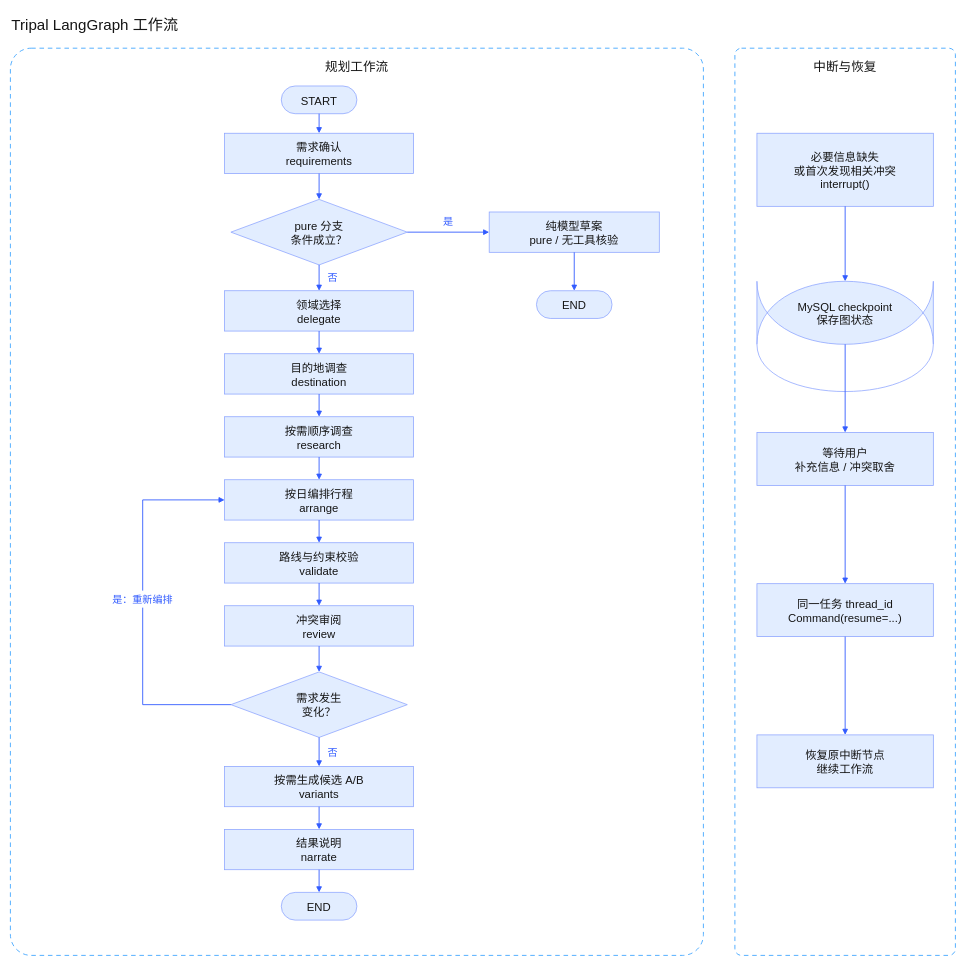
This is docs/assets/architecture/structured/03-langgraph.drawio from JingleiCui/TripPal, a draw.io file, before an edit. Source tidied: cells renumbered, new cells numbered last; positions are measured from the earlier drawing's top-left corner, leaving out a move shared by most shapes. Both pictures are drawn from the tidied source at 63%, with x=0, y=0 at pixel (10, 10).
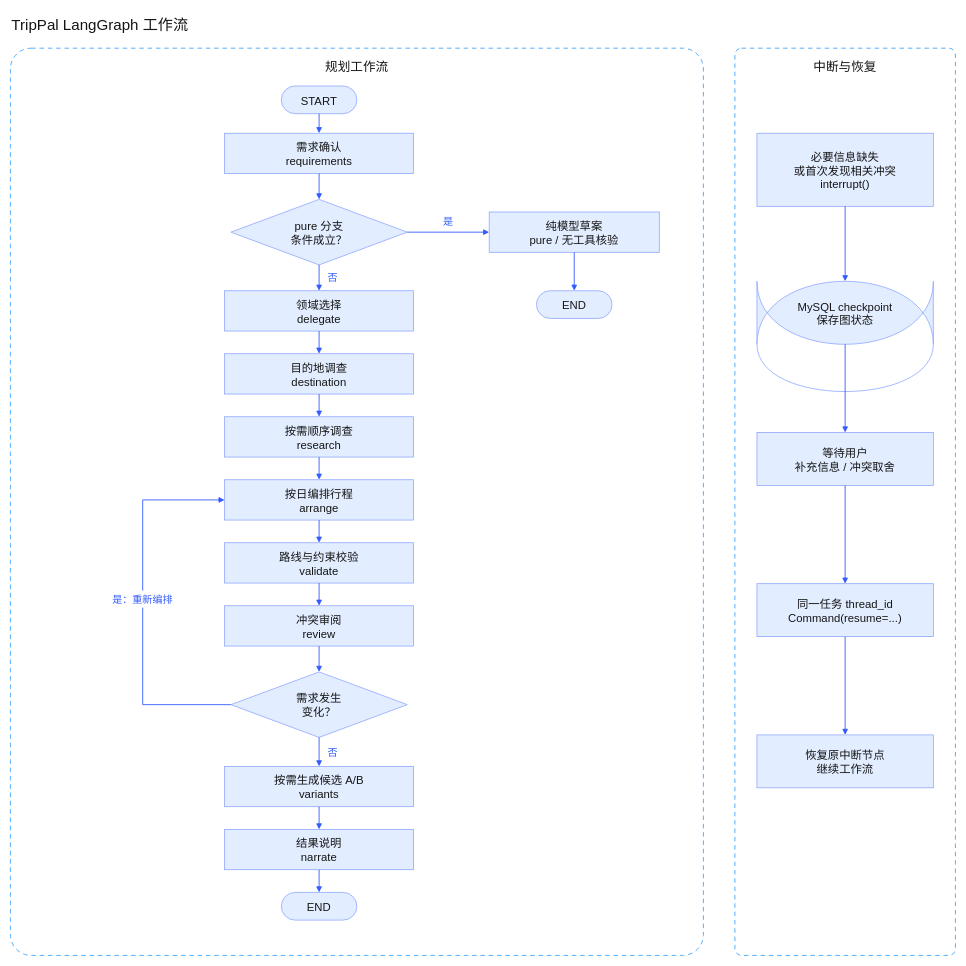
The same diagram, later.

Diff of the diagram source:
```diff
@@
-    <mxCell id="2" value="Tripal LangGraph 工作流" style="html=0;fontFamily=Arial;fontColor=#151515;strokeWidth=1.2;text;align=left;verticalAlign=middle;fontSize=24;" parent="1" vertex="1">
+    <mxCell id="2" value="TripPal LangGraph 工作流" style="html=0;fontFamily=Arial;fontColor=#151515;strokeWidth=1.2;text;align=left;verticalAlign=middle;fontSize=24;" parent="1" vertex="1">
       <mxGeometry width="1500" height="40" as="geometry" />
     </mxCell>
```
